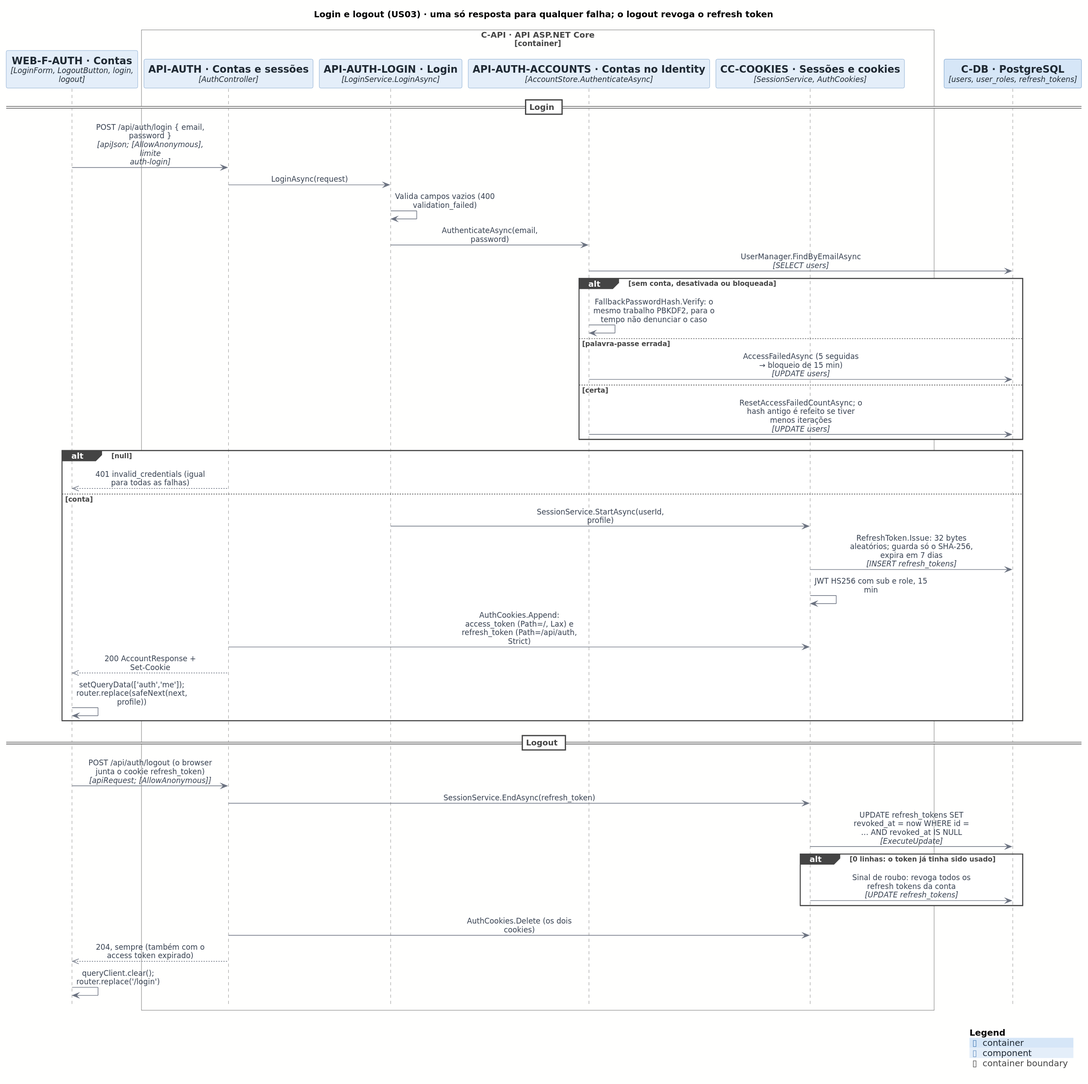
Before: docs/architecture/out/process-login.svg, a diagram exported from PlantUML (rodrigo4sousa/SportsEstablishments).
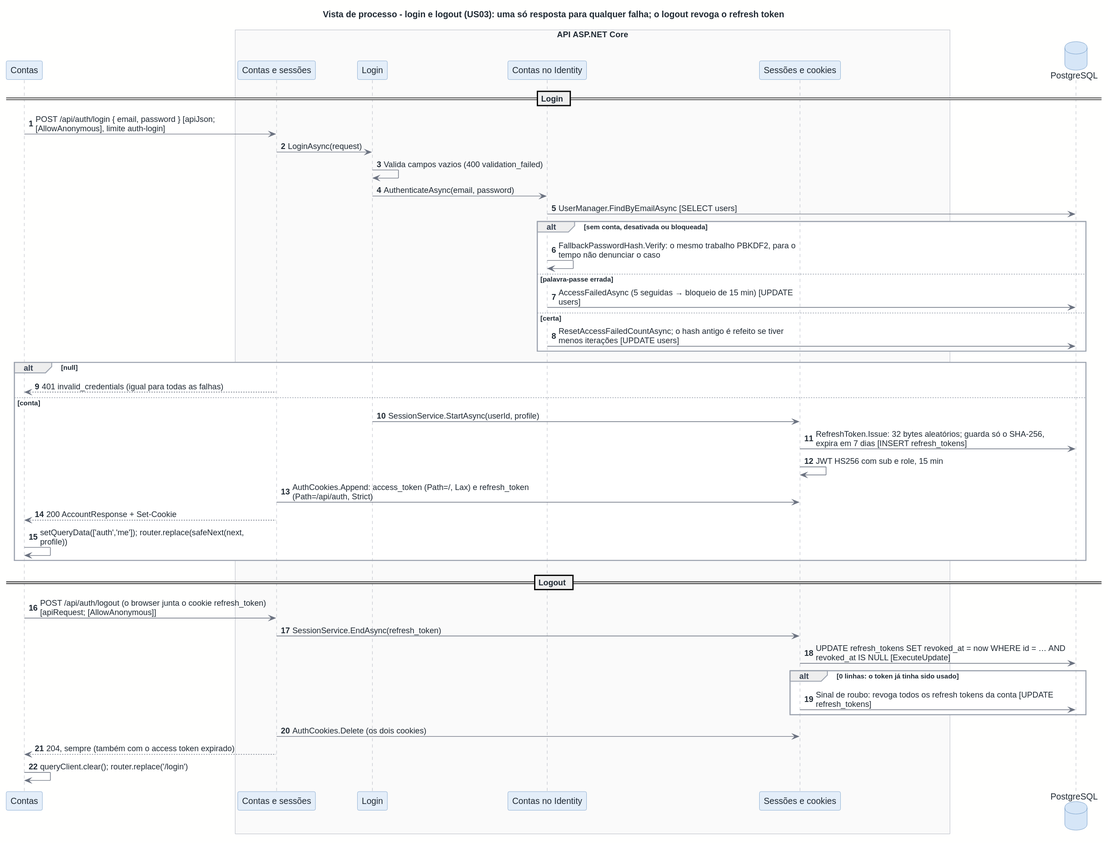
Later version of the same file.

The edit, as a diff of the source:
```diff
@@ -1,52 +1,50 @@
 @startuml
-!include <C4/C4_Sequence>
 !include ../style.puml
 
-title Login e logout (US03) · uma só resposta para qualquer falha; o logout revoga o refresh token
+title Vista de processo - login e logout (US03): uma só resposta para qualquer falha; o logout revoga o refresh token
+autonumber
 
-Component(WEB_F_AUTH, "WEB-F-AUTH · Contas", "LoginForm, LogoutButton, login, logout")
-Container_Boundary(C_API, "C-API · API ASP.NET Core")
-  Component(API_AUTH, "API-AUTH · Contas e sessões", "AuthController")
-  Component(API_AUTH_LOGIN, "API-AUTH-LOGIN · Login", "LoginService.LoginAsync")
-  Component(API_AUTH_ACCOUNTS, "API-AUTH-ACCOUNTS · Contas no Identity", "AccountStore.AuthenticateAsync")
-  Component(CC_COOKIES, "CC-COOKIES · Sessões e cookies", "SessionService, AuthCookies")
-Boundary_End()
-ContainerDb(C_DB, "C-DB · PostgreSQL", "users, user_roles, refresh_tokens")
+participant "Contas" as WEB_F_AUTH
+box "API ASP.NET Core"
+  participant "Contas e sessões" as API_AUTH
+  participant "Login" as API_AUTH_LOGIN
+  participant "Contas no Identity" as API_AUTH_ACCOUNTS
+  participant "Sessões e cookies" as CC_COOKIES
+end box
+database "PostgreSQL" as C_DB
 
 == Login ==
-Rel(WEB_F_AUTH, API_AUTH, $plain("POST /api/auth/login { email, password }"), "apiJson; [AllowAnonymous], limite auth-login")
-Rel(API_AUTH, API_AUTH_LOGIN, $plain("LoginAsync(request)"))
-Rel(API_AUTH_LOGIN, API_AUTH_LOGIN, $plain("Valida campos vazios (400 validation_failed)"))
-Rel(API_AUTH_LOGIN, API_AUTH_ACCOUNTS, $plain("AuthenticateAsync(email, password)"))
-Rel(API_AUTH_ACCOUNTS, C_DB, $plain("UserManager.FindByEmailAsync"), "SELECT users")
+WEB_F_AUTH -> API_AUTH : POST /api/auth/login { email, password } [apiJson;\n[AllowAnonymous], limite auth-login]
+API_AUTH -> API_AUTH_LOGIN : LoginAsync(request)
+API_AUTH_LOGIN -> API_AUTH_LOGIN : Valida campos vazios (400 validation_failed)
+API_AUTH_LOGIN -> API_AUTH_ACCOUNTS : AuthenticateAsync(email, password)
+API_AUTH_ACCOUNTS -> C_DB : UserManager.FindByEmailAsync [SELECT users]
 alt sem conta, desativada ou bloqueada
-  Rel(API_AUTH_ACCOUNTS, API_AUTH_ACCOUNTS, $plain("FallbackPasswordHash.Verify: o mesmo trabalho PBKDF2, para o tempo não denunciar o caso"))
+  API_AUTH_ACCOUNTS -> API_AUTH_ACCOUNTS : FallbackPasswordHash.Verify: o mesmo trabalho PBKDF2, para o\ntempo não denunciar o caso
 else palavra-passe errada
-  Rel(API_AUTH_ACCOUNTS, C_DB, $plain("AccessFailedAsync (5 seguidas → bloqueio de 15 min)"), "UPDATE users")
+  API_AUTH_ACCOUNTS -> C_DB : AccessFailedAsync (5 seguidas → bloqueio de 15 min) [UPDATE\nusers]
 else certa
-  Rel(API_AUTH_ACCOUNTS, C_DB, $plain("ResetAccessFailedCountAsync; o hash antigo é refeito se tiver menos iterações"), "UPDATE users")
+  API_AUTH_ACCOUNTS -> C_DB : ResetAccessFailedCountAsync; o hash antigo é refeito se tiver\nmenos iterações [UPDATE users]
 end
 alt null
-  Rel_Back(WEB_F_AUTH, API_AUTH, $plain("401 invalid_credentials (igual para todas as falhas)"))
+  API_AUTH --> WEB_F_AUTH : 401 invalid_credentials (igual para todas as falhas)
 else conta
-  Rel(API_AUTH_LOGIN, CC_COOKIES, $plain("SessionService.StartAsync(userId, profile)"))
-  Rel(CC_COOKIES, C_DB, $plain("RefreshToken.Issue: 32 bytes aleatórios; guarda só o SHA-256, expira em 7 dias"), "INSERT refresh_tokens")
-  Rel(CC_COOKIES, CC_COOKIES, $plain("JWT HS256 com sub e role, 15 min"))
-  Rel(API_AUTH, CC_COOKIES, $plain("AuthCookies.Append: access_token (Path=/, Lax) e refresh_token (Path=/api/auth, Strict)"))
-  Rel_Back(WEB_F_AUTH, API_AUTH, $plain("200 AccountResponse + Set-Cookie"))
-  Rel(WEB_F_AUTH, WEB_F_AUTH, $plain("setQueryData(['auth','me']); router.replace(safeNext(next, profile))"))
+  API_AUTH_LOGIN -> CC_COOKIES : SessionService.StartAsync(userId, profile)
+  CC_COOKIES -> C_DB : RefreshToken.Issue: 32 bytes aleatórios; guarda só o SHA-256,\nexpira em 7 dias [INSERT refresh_tokens]
+  CC_COOKIES -> CC_COOKIES : JWT HS256 com sub e role, 15 min
+  API_AUTH -> CC_COOKIES : AuthCookies.Append: access_token (Path=/, Lax) e refresh_token\n(Path=/api/auth, Strict)
+  API_AUTH --> WEB_F_AUTH : 200 AccountResponse + Set-Cookie
+  WEB_F_AUTH -> WEB_F_AUTH : setQueryData(['auth','me']); router.replace(safeNext(next,\nprofile))
 end
 
 == Logout ==
-Rel(WEB_F_AUTH, API_AUTH, $plain("POST /api/auth/logout (o browser junta o cookie refresh_token)"), "apiRequest; [AllowAnonymous]")
-Rel(API_AUTH, CC_COOKIES, $plain("SessionService.EndAsync(refresh_token)"))
-Rel(CC_COOKIES, C_DB, $plain("UPDATE refresh_tokens SET revoked_at = now WHERE id = … AND revoked_at IS NULL"), "ExecuteUpdate")
+WEB_F_AUTH -> API_AUTH : POST /api/auth/logout (o browser junta o cookie refresh_token)\n[apiRequest; [AllowAnonymous]]
+API_AUTH -> CC_COOKIES : SessionService.EndAsync(refresh_token)
+CC_COOKIES -> C_DB : UPDATE refresh_tokens SET revoked_at = now WHERE id = … AND\nrevoked_at IS NULL [ExecuteUpdate]
 alt 0 linhas: o token já tinha sido usado
-  Rel(CC_COOKIES, C_DB, $plain("Sinal de roubo: revoga todos os refresh tokens da conta"), "UPDATE refresh_tokens")
+  CC_COOKIES -> C_DB : Sinal de roubo: revoga todos os refresh tokens da conta [UPDATE\nrefresh_tokens]
 end
-Rel(API_AUTH, CC_COOKIES, $plain("AuthCookies.Delete (os dois cookies)"))
-Rel_Back(WEB_F_AUTH, API_AUTH, $plain("204, sempre (também com o access token expirado)"))
-Rel(WEB_F_AUTH, WEB_F_AUTH, $plain("queryClient.clear(); router.replace('/login')"))
-
-SHOW_LEGEND()
+API_AUTH -> CC_COOKIES : AuthCookies.Delete (os dois cookies)
+API_AUTH --> WEB_F_AUTH : 204, sempre (também com o access token expirado)
+WEB_F_AUTH -> WEB_F_AUTH : queryClient.clear(); router.replace('/login')
 @enduml
```
